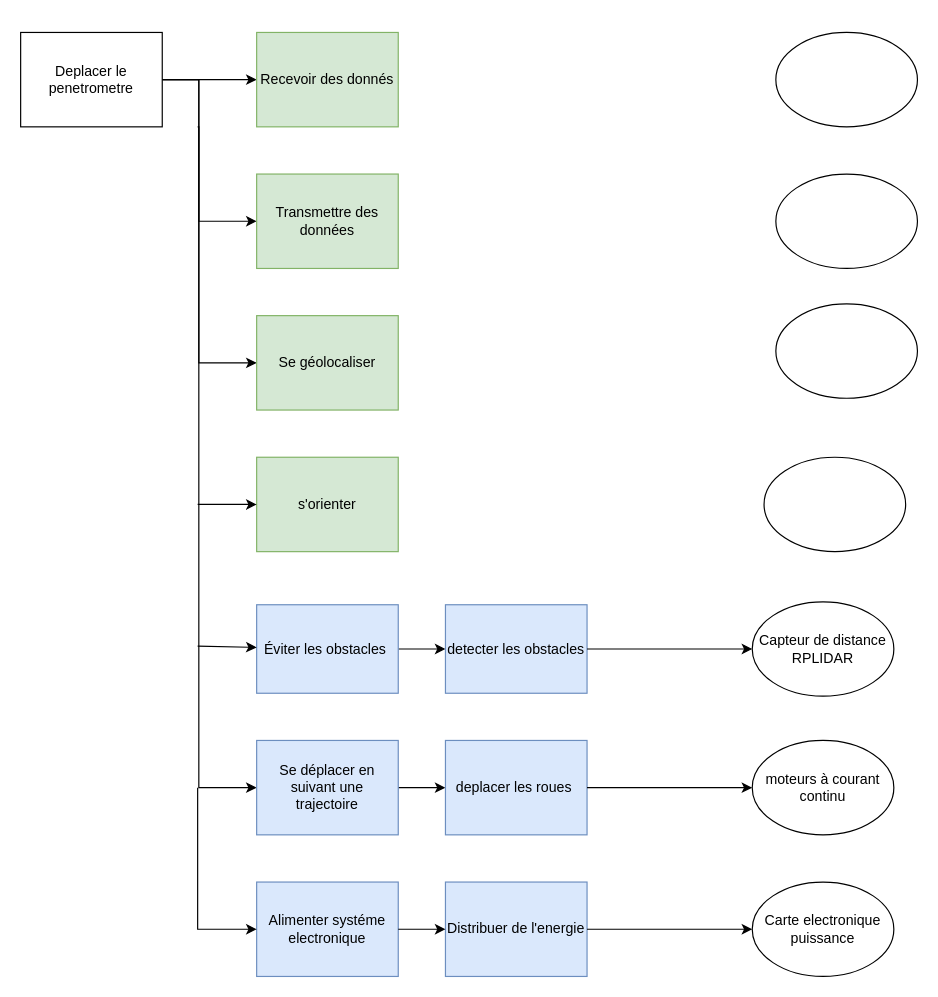
ToGen49/Hippodrome keeps this draw.io diagram as documentation/D-FAST_ER-TA1.drawio. Above is the earlier version. Source tidied: cells renumbered, new cells numbered last; positions are measured from the earlier drawing's top-left corner, leaving out a move shared by most shapes. Both pictures are drawn from the tidied source at 118%, with x=0, y=0 at pixel (20, 32).
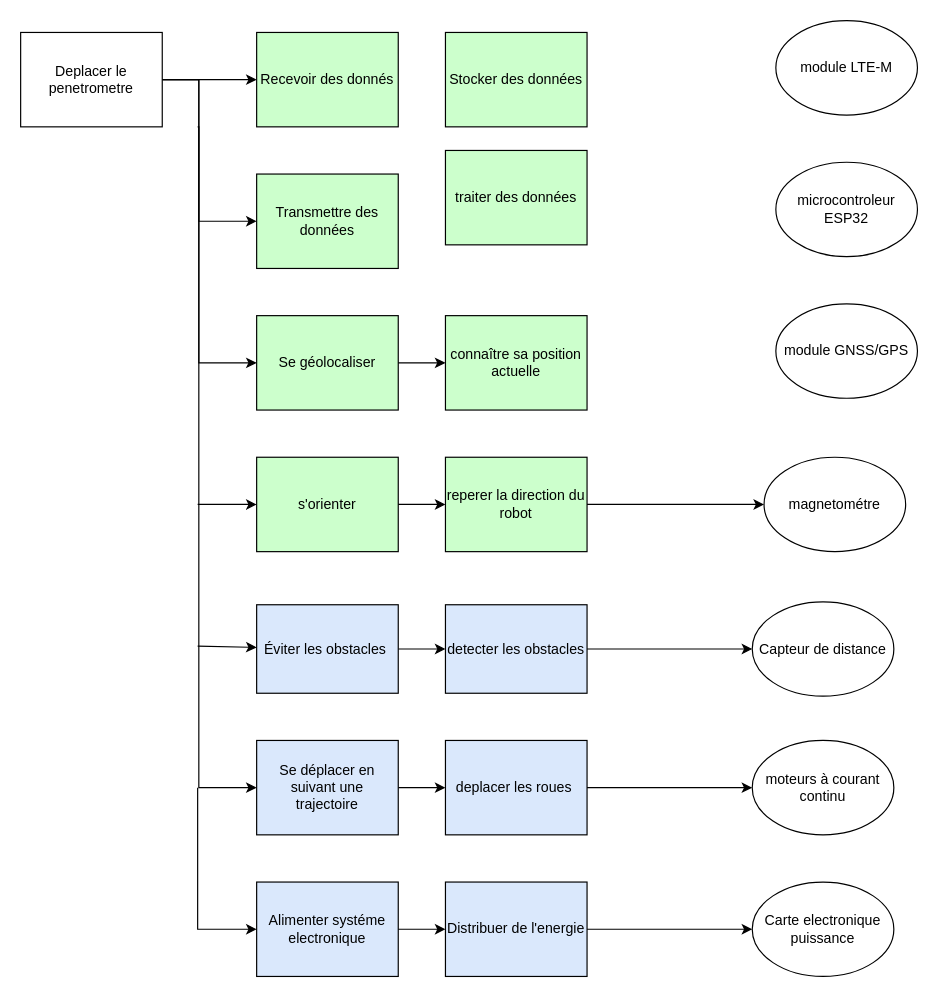
After the change.

Commit message:
Mettre à jour D-FAST_ER-TA1.drawio

What changed in the source:
```diff
@@
-    <mxCell id="7" value="Recevoir des donnés" style="rounded=0;whiteSpace=wrap;html=1;fillColor=#d5e8d4;strokeColor=#82b366;" parent="1" vertex="1">
+    <mxCell id="7" value="Recevoir des donnés" style="rounded=0;whiteSpace=wrap;html=1;fillColor=#CCFFCC;strokeColor=#000000;" parent="1" vertex="1">
       <mxGeometry x="200" width="120" height="80" as="geometry" />
     </mxCell>
-    <mxCell id="8" value="Se géolocaliser" style="rounded=0;whiteSpace=wrap;html=1;fillColor=#d5e8d4;strokeColor=#82b366;" parent="1" vertex="1">
+    <mxCell id="8" value="Se géolocaliser" style="rounded=0;whiteSpace=wrap;html=1;fillColor=#CCFFCC;strokeColor=#000000;" parent="1" vertex="1">
       <mxGeometry x="200" y="240" width="120" height="80" as="geometry" />
     </mxCell>
-    <mxCell id="9" value="s'orienter" style="rounded=0;whiteSpace=wrap;html=1;fillColor=#d5e8d4;strokeColor=#82b366;" parent="1" vertex="1">
+    <mxCell id="9" value="s'orienter" style="rounded=0;whiteSpace=wrap;html=1;fillColor=#CCFFCC;strokeColor=#000000;" parent="1" vertex="1">
       <mxGeometry x="200" y="360" width="120" height="80" as="geometry" />
     </mxCell>
-    <mxCell id="10" value="Transmettre des données" style="rounded=0;whiteSpace=wrap;html=1;fillColor=#d5e8d4;strokeColor=#82b366;" parent="1" vertex="1">
+    <mxCell id="10" value="Transmettre des données" style="rounded=0;whiteSpace=wrap;html=1;fillColor=#CCFFCC;strokeColor=#000000;" parent="1" vertex="1">
       <mxGeometry x="200" y="120" width="120" height="80" as="geometry" />
     </mxCell>
@@
-    <mxCell id="12" value="Se déplacer en suivant une&lt;br/&gt;trajectoire" style="rounded=0;whiteSpace=wrap;html=1;fillColor=#dae8fc;strokeColor=#6c8ebf;" parent="1" vertex="1">
+    <mxCell id="12" value="Se déplacer en suivant une&lt;br/&gt;trajectoire" style="rounded=0;whiteSpace=wrap;html=1;fillColor=#dae8fc;strokeColor=#000000;" parent="1" vertex="1">
       <mxGeometry x="200" y="600" width="120" height="80" as="geometry" />
     </mxCell>
@@
-    <mxCell id="14" value="Éviter les obstacles&amp;nbsp;" style="rounded=0;whiteSpace=wrap;html=1;fillColor=#dae8fc;strokeColor=#6c8ebf;" parent="1" vertex="1">
+    <mxCell id="14" value="Éviter les obstacles&amp;nbsp;" style="rounded=0;whiteSpace=wrap;html=1;fillColor=#dae8fc;strokeColor=#000000;" parent="1" vertex="1">
       <mxGeometry x="200" y="485" width="120" height="75" as="geometry" />
     </mxCell>
-    <mxCell id="15" value="deplacer les roues&amp;nbsp;" style="rounded=0;whiteSpace=wrap;html=1;fillColor=#dae8fc;strokeColor=#6c8ebf;" parent="1" vertex="1">
+    <mxCell id="15" value="deplacer les roues&amp;nbsp;" style="rounded=0;whiteSpace=wrap;html=1;fillColor=#dae8fc;strokeColor=#000000;" parent="1" vertex="1">
       <mxGeometry x="360" y="600" width="120" height="80" as="geometry" />
     </mxCell>
-    <mxCell id="16" value="detecter les obstacles" style="rounded=0;whiteSpace=wrap;html=1;fillColor=#dae8fc;strokeColor=#6c8ebf;" parent="1" vertex="1">
+    <mxCell id="16" value="detecter les obstacles" style="rounded=0;whiteSpace=wrap;html=1;fillColor=#dae8fc;strokeColor=#000000;" parent="1" vertex="1">
       <mxGeometry x="360" y="485" width="120" height="75" as="geometry" />
     </mxCell>
-    <mxCell id="17" value="Capteur de distance RPLIDAR" style="ellipse;whiteSpace=wrap;html=1;" parent="1" vertex="1">
+    <mxCell id="17" value="Capteur de distance" style="ellipse;whiteSpace=wrap;html=1;" parent="1" vertex="1">
       <mxGeometry x="620" y="482.5" width="120" height="80" as="geometry" />
     </mxCell>
@@
-    <mxCell id="21" value="Alimenter systéme electronique" style="rounded=0;whiteSpace=wrap;html=1;fillColor=#dae8fc;strokeColor=#6c8ebf;" parent="1" vertex="1">
+    <mxCell id="21" value="Alimenter systéme electronique" style="rounded=0;whiteSpace=wrap;html=1;fillColor=#dae8fc;strokeColor=#000000;" parent="1" vertex="1">
       <mxGeometry x="200" y="720" width="120" height="80" as="geometry" />
     </mxCell>
-    <mxCell id="22" value="Distribuer de l'energie" style="rounded=0;whiteSpace=wrap;html=1;fillColor=#dae8fc;strokeColor=#6c8ebf;" parent="1" vertex="1">
+    <mxCell id="22" value="Distribuer de l'energie" style="rounded=0;whiteSpace=wrap;html=1;fillColor=#dae8fc;strokeColor=#000000;" parent="1" vertex="1">
       <mxGeometry x="360" y="720" width="120" height="80" as="geometry" />
     </mxCell>
@@
-    <mxCell id="29" style="ellipse;whiteSpace=wrap;html=1;" parent="1" vertex="1">
-      <mxGeometry x="640" width="120" height="80" as="geometry" />
+    <mxCell id="29" value="microcontroleur ESP32" style="ellipse;whiteSpace=wrap;html=1;" parent="1" vertex="1">
+      <mxGeometry x="640" y="110" width="120" height="80" as="geometry" />
     </mxCell>
-    <mxCell id="30" style="ellipse;whiteSpace=wrap;html=1;" parent="1" vertex="1">
-      <mxGeometry x="640" y="120" width="120" height="80" as="geometry" />
+    <mxCell id="30" value="module LTE-M" style="ellipse;whiteSpace=wrap;html=1;" parent="1" vertex="1">
+      <mxGeometry x="640" y="-10" width="120" height="80" as="geometry" />
     </mxCell>
-    <mxCell id="31" style="ellipse;whiteSpace=wrap;html=1;" parent="1" vertex="1">
+    <mxCell id="31" value="module GNSS/GPS" style="ellipse;whiteSpace=wrap;html=1;" parent="1" vertex="1">
       <mxGeometry x="640" y="230" width="120" height="80" as="geometry" />
     </mxCell>
-    <mxCell id="32" style="ellipse;whiteSpace=wrap;html=1;" parent="1" vertex="1">
+    <mxCell id="32" value="magnetométre" style="ellipse;whiteSpace=wrap;html=1;" parent="1" vertex="1">
       <mxGeometry x="630" y="360" width="120" height="80" as="geometry" />
     </mxCell>
+    <mxCell id="33" value="connaître sa position actuelle" style="rounded=0;whiteSpace=wrap;html=1;fillColor=light-dark(#CCFFCC,var(--ge-dark-color, #121212));" parent="1" vertex="1">
+      <mxGeometry x="360" y="240" width="120" height="80" as="geometry" />
+    </mxCell>
+    <mxCell id="34" value="reperer la direction du robot" style="rounded=0;whiteSpace=wrap;html=1;fillColor=light-dark(#CCFFCC,var(--ge-dark-color, #121212));" parent="1" vertex="1">
+      <mxGeometry x="360" y="360" width="120" height="80" as="geometry" />
+    </mxCell>
+    <mxCell id="35" value="Stocker des données" style="rounded=0;whiteSpace=wrap;html=1;fillColor=light-dark(#CCFFCC,#000000);" parent="1" vertex="1">
+      <mxGeometry x="360" width="120" height="80" as="geometry" />
+    </mxCell>
+    <mxCell id="36" value="traiter des données" style="rounded=0;whiteSpace=wrap;html=1;fillColor=light-dark(#CCFFCC,#000000);" parent="1" vertex="1">
+      <mxGeometry x="360" y="100" width="120" height="80" as="geometry" />
+    </mxCell>
+    <mxCell id="37" style="endArrow=classic;html=1;rounded=0;exitX=1;exitY=0.5;exitDx=0;exitDy=0;" parent="1" edge="1" source="34" target="32">
+      <mxGeometry relative="1" as="geometry" />
+    </mxCell>
+    <mxCell id="38" style="endArrow=classic;html=1;rounded=0;exitX=1;exitY=0.5;exitDx=0;exitDy=0;" parent="1" edge="1" source="9" target="34">
+      <mxGeometry relative="1" as="geometry" />
+    </mxCell>
+    <mxCell id="39" style="endArrow=classic;html=1;rounded=0;exitX=1;exitY=0.5;exitDx=0;exitDy=0;entryX=0;entryY=0.5;entryDx=0;entryDy=0;" parent="1" edge="1" source="8" target="33">
+      <mxGeometry relative="1" as="geometry" />
+    </mxCell>
```
